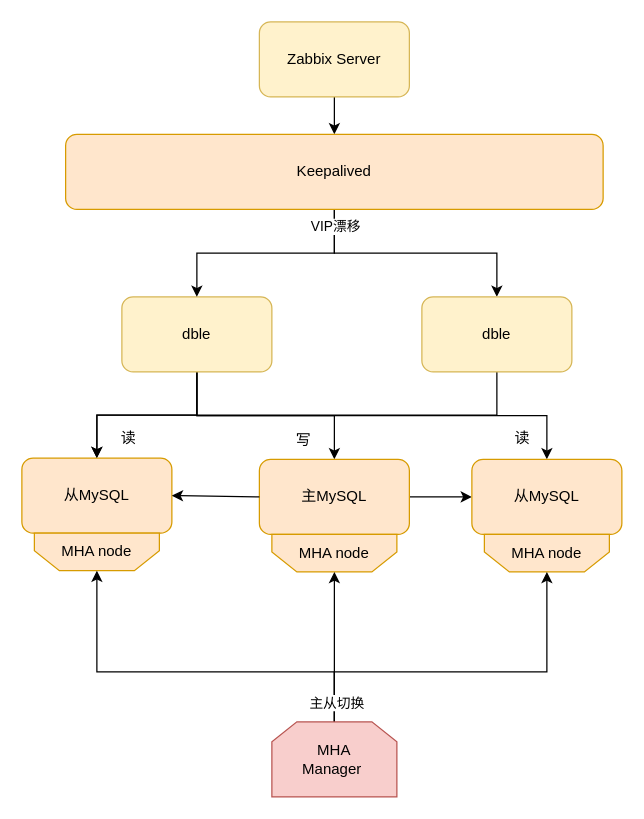
This is Zabbix数据库高可用.drawio from AYO-Al/draw, a draw.io file, before an edit. Source tidied: cells renumbered, new cells numbered last; positions are measured from the earlier drawing's top-left corner, leaving out a move shared by most shapes. Both pictures are drawn from the tidied source at 125%, with x=0, y=0 at pixel (21, 21).
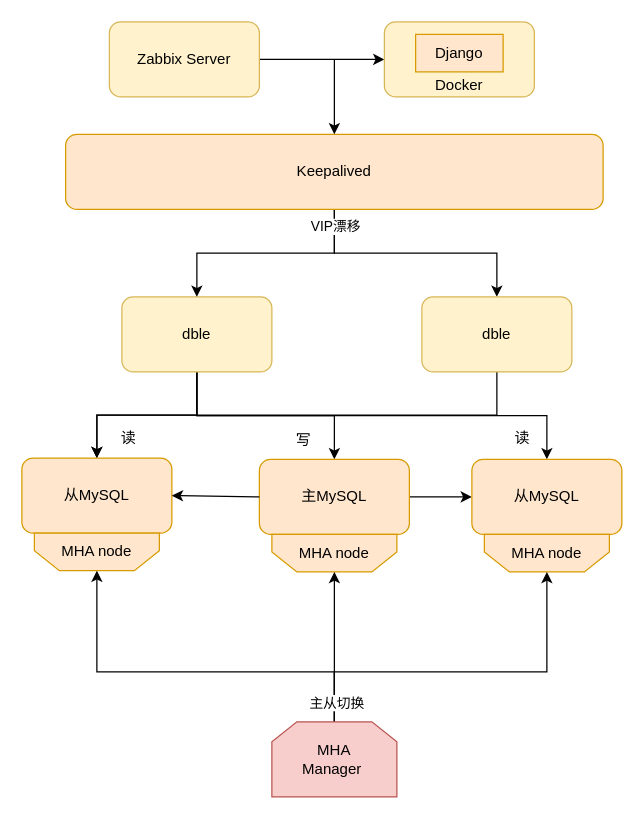
Above is the later version.

Commit message:
更新Zabbix数据库高可用.drawio

The change refers to these unchanged cells:
```xml
<mxCell id="24" value="Keepalived" style="rounded=1;whiteSpace=wrap;html=1;fillColor=#ffe6cc;strokeColor=#d79b00;" parent="1" vertex="1">
  <mxGeometry x="35" y="90" width="430" height="60" as="geometry" />
</mxCell>
```

The edit, as a diff of the source:
```diff
@@
-    <mxCell id="2" style="edgeStyle=orthogonalEdgeStyle;rounded=0;jettySize=auto;html=1;" parent="1" edge="1" source="3" target="24">
-      <mxGeometry relative="1" as="geometry" />
-    </mxCell>
+    <mxCell id="31" style="edgeStyle=orthogonalEdgeStyle;rounded=0;jettySize=auto;html=1;entryX=0;entryY=0.5;entryDx=0;entryDy=0;" parent="1" edge="1" source="3" target="32">
+      <mxGeometry relative="1" as="geometry" />
+    </mxCell>
     <mxCell id="3" value="Zabbix Server" style="rounded=1;whiteSpace=wrap;html=1;fillColor=#fff2cc;strokeColor=#d6b656;" parent="1" vertex="1">
-      <mxGeometry x="190" width="120" height="60" as="geometry" />
+      <mxGeometry x="70" width="120" height="60" as="geometry" />
     </mxCell>
@@
+    <mxCell id="32" value="Docker" style="rounded=1;whiteSpace=wrap;html=1;fillColor=#fff2cc;strokeColor=#d6b656;verticalAlign=bottom;" parent="1" vertex="1">
+      <mxGeometry x="290" width="120" height="60" as="geometry" />
+    </mxCell>
+    <mxCell id="33" value="Django" style="rounded=0;whiteSpace=wrap;html=1;fillColor=#ffe6cc;strokeColor=#d79b00;" parent="1" vertex="1">
+      <mxGeometry x="315" y="10" width="70" height="30" as="geometry" />
+    </mxCell>
+    <mxCell id="34" style="endArrow=classic;html=1;rounded=0;entryX=0.5;entryY=0;entryDx=0;entryDy=0;" parent="1" edge="1" target="24">
+      <mxGeometry relative="1" as="geometry">
+        <mxPoint x="250" y="30" as="sourcePoint" />
+      </mxGeometry>
+    </mxCell>
```
